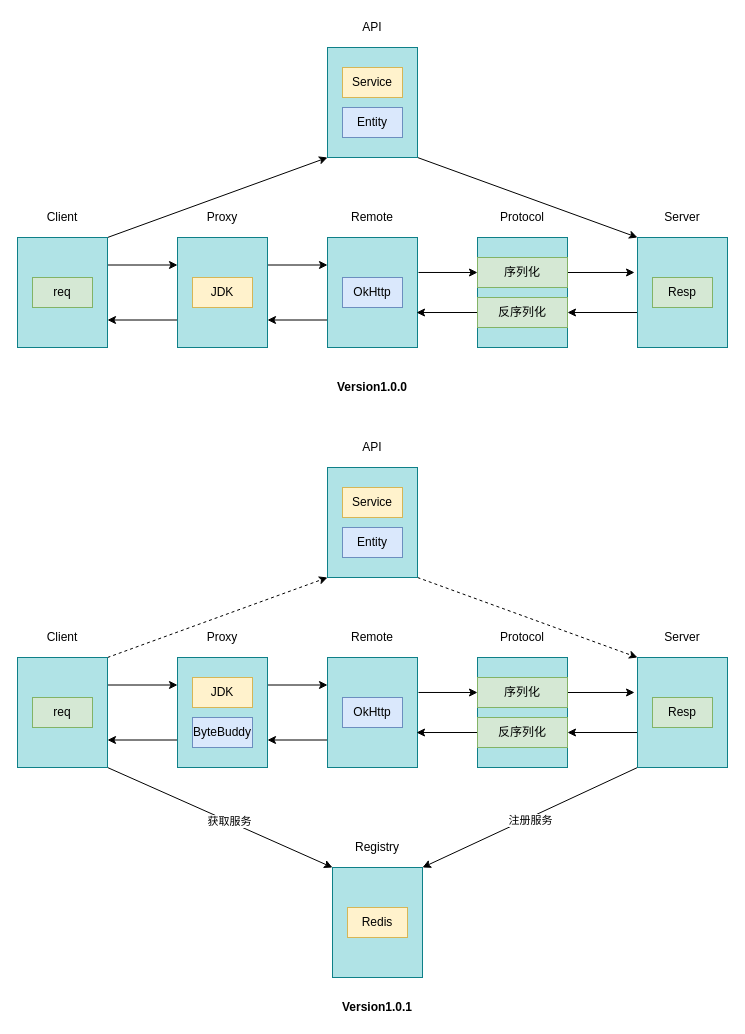
Earlier version of the draw.io diagram jihe/rpc/oli-rpc.drawio (oliverschen/draw.io). Source tidied: cells renumbered, new cells numbered last; positions are measured from the earlier drawing's top-left corner, leaving out a move shared by most shapes. Both pictures are drawn from the tidied source at 100%, with x=0, y=0 at pixel (17, 17).
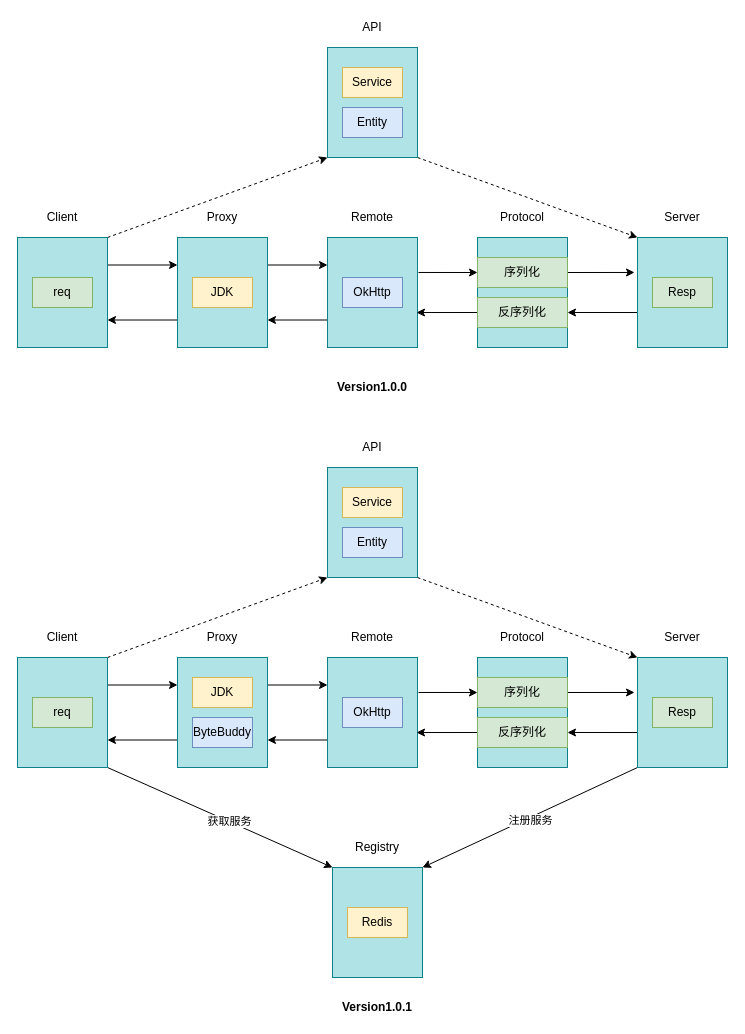
Above is the later version.

Unchanged cells that the change refers to:
```xml
<mxCell id="5" style="rounded=0;whiteSpace=wrap;html=1;fillColor=#b0e3e6;strokeColor=#0e8088;" parent="1" vertex="1">
  <mxGeometry y="220" width="90" height="110" as="geometry" />
</mxCell>
<mxCell id="19" style="rounded=0;whiteSpace=wrap;html=1;fillColor=#b0e3e6;strokeColor=#0e8088;" parent="1" vertex="1">
  <mxGeometry x="620" y="220" width="90" height="110" as="geometry" />
</mxCell>
<mxCell id="29" style="rounded=0;whiteSpace=wrap;html=1;fillColor=#b0e3e6;strokeColor=#0e8088;" parent="1" vertex="1">
  <mxGeometry x="310" y="30" width="90" height="110" as="geometry" />
</mxCell>
```

Diff of the diagram source:
```diff
@@
-    <mxCell id="4" style="rounded=0;jettySize=auto;html=1;exitX=1;exitY=0;exitDx=0;exitDy=0;entryX=0;entryY=1;entryDx=0;entryDy=0;" parent="1" edge="1" source="5" target="29">
+    <mxCell id="4" style="rounded=0;jettySize=auto;html=1;exitX=1;exitY=0;exitDx=0;exitDy=0;entryX=0;entryY=1;entryDx=0;entryDy=0;dashed=1;" parent="1" edge="1" source="5" target="29">
       <mxGeometry relative="1" as="geometry" />
     </mxCell>
@@
-    <mxCell id="28" style="edgeStyle=none;rounded=0;jettySize=auto;html=1;exitX=1;exitY=1;exitDx=0;exitDy=0;entryX=0;entryY=0;entryDx=0;entryDy=0;" parent="1" edge="1" source="29" target="19">
+    <mxCell id="28" style="edgeStyle=none;rounded=0;jettySize=auto;html=1;exitX=1;exitY=1;exitDx=0;exitDy=0;entryX=0;entryY=0;entryDx=0;entryDy=0;dashed=1;" parent="1" edge="1" source="29" target="19">
       <mxGeometry relative="1" as="geometry" />
     </mxCell>
```
